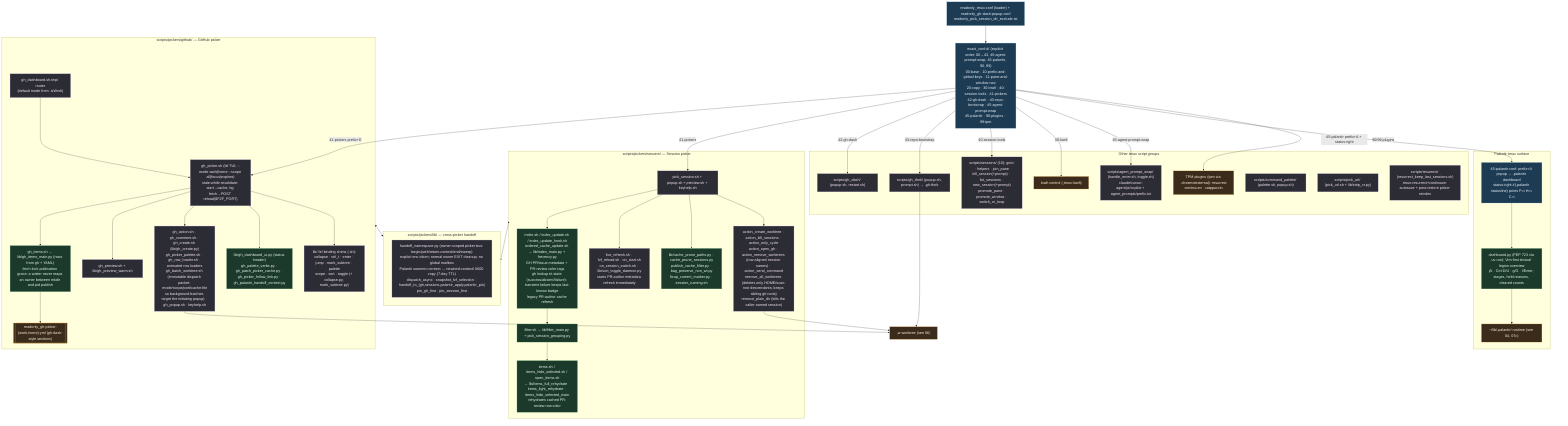
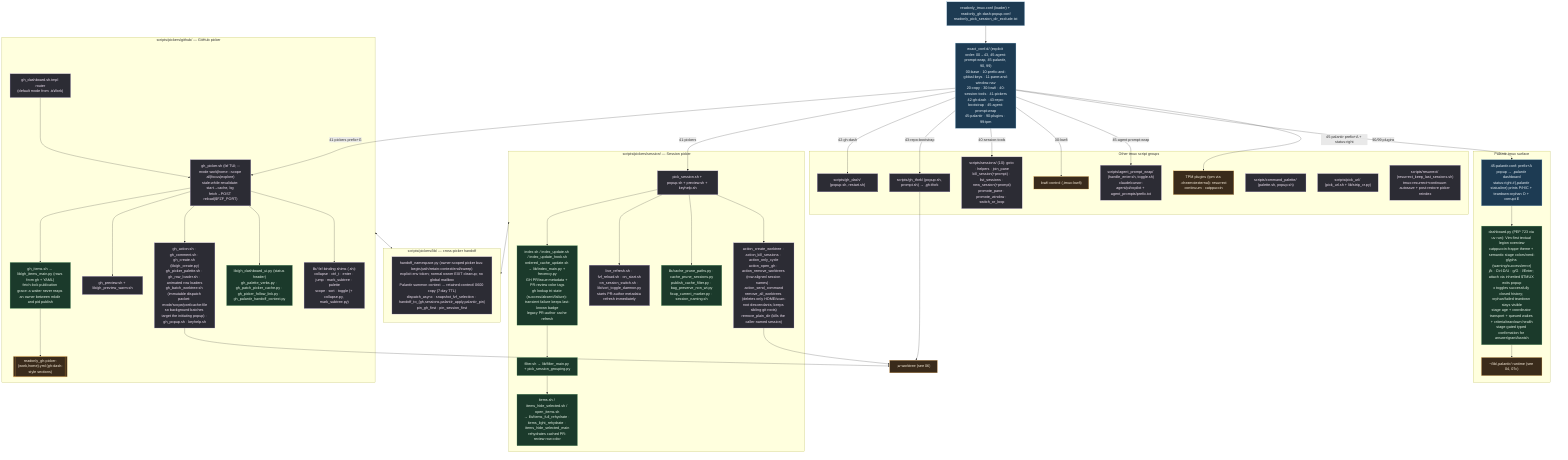
%% ============================================================================
%% 05-tmux-pickers.mmd — Every file under home/dot_config/exact_tmux/ (120).
%% Loader sources files explicitly: 00..43, 45-agent-prompt-wrap, 45-palantir, 90, 99.
%% Deployed to ~/.config/tmux/. Prefix = C-Space.
%% ============================================================================
flowchart TD
    classDef conf fill:#1d3b53,stroke:#7fb3d5,color:#eaf2f8;
    classDef sh fill:#2c2c34,stroke:#b39ddb,color:#f3e5f5;
    classDef py fill:#1b3a2b,stroke:#81c784,color:#e8f5e9;
    classDef data fill:#3a2b1b,stroke:#ffb74d,color:#fff3e0;

    LOADER["readonly_tmux.conf (loader) + readonly_gh-dash-popup.conf<br/>readonly_pick_session_dir_exclude.txt"]:::conf
    LOADER --> CONFD["exact_conf.d/ (explicit order: 00→43, 45-agent-prompt-wrap, 45-palantir, 90, 99)<br/>00-base · 10-prefix-and-global-keys · 11-pane-and-window-nav<br/>20-copy · 30-lowfi · 40-session-tools · 41-pickers<br/>42-gh-dash · 43-repo-bootstrap · 45-agent-prompt-wrap<br/>45-palantir · 90-plugins · 99-tpm"]:::conf

    CONFD -->|41-pickers prefix+G| GHP
    CONFD -->|41-pickers| SESS
    CONFD -->|42-gh-dash| GHDASH
    CONFD -->|43-repo-bootstrap| TFORK
    CONFD -->|40-session-tools| SESSIONS
    CONFD -->|30-lowfi| LOWFI
    CONFD -->|45-agent-prompt-wrap| APW
    CONFD -->|45-palantir prefix+A + status-right| PALTMUX
    CONFD -->|90/99 plugins| PLUGINS

    subgraph GH["scripts/pickers/github/ — GitHub picker"]
        GHROUTER["gh_dashboard.sh.tmpl router<br/>(default mode from .isWork)"]:::sh
        GHP["gh_picker.sh (fzf TUI; --mode work|home --scope all|focus|explore)<br/>stale-while-revalidate: start→cache, bg fetch→POST reload($FZF_PORT)"]:::sh
        GHITEMS["gh_items.sh → lib/gh_items_main.py (rows from gh + YAML)<br/>fetch-lock publication grace: a waiter never reaps an owner between mkdir and pid publish"]:::py
        GHCFG[["readonly_gh-picker-{work,home}.yml (gh-dash-style sections)"]]:::data
        GHPREV["gh_preview.sh + lib/gh_preview_warm.sh"]:::sh
        GHACT["gh_action.sh · gh_comment.sh · gh_create.sh (lib/gh_create.py)<br/>gh_picker_palette.sh · gh_row_loader.sh · animated row loaders<br/>gh_batch_worktree.sh (immutable dispatch packet: mode/scope/port/cache-file<br/>so background batches target the initiating popup) · gh_popup.sh · keyhelp.sh"]:::sh
        GHUI["lib/gh_dashboard_ui.py (status header)<br/>gh_palette_verbs.py · gh_patch_picker_cache.py · gh_picker_follow_link.py · gh_palantir_handoff_context.py"]:::py
        GHBIND["lib/ fzf-binding shims (.sh):<br/>collapse · ctrl_t · enter · jump · mark_subtree · palette<br/>scope · sort · toggle (+ collapse.py, mark_subtree.py)"]:::sh
        GHROUTER --> GHP --> GHITEMS --> GHCFG
        GHP --> GHPREV & GHACT & GHUI & GHBIND
    end

    subgraph SE["scripts/pickers/session/ — Session picker"]
        SESS["pick_session.sh + popup.sh + preview.sh + keyhelp.sh"]:::sh
        SIDX["index.sh / index_update.sh / index_update_hook.sh<br/>ordered_cache_update.sh → lib/index_main.py + frecency.py<br/>GH PR/issue metadata + PR-review color tags<br/>gh lookup tri-state (success/absent/failure): transient failure keeps last-known badge<br/>legacy PR-author cache refresh"]:::py
        SFILT["filter.sh → lib/filter_main.py + pick_session_grouping.py"]:::py
        SITEMS["items.sh / items_hide_selected.sh / open_items.sh<br/>→ lib/items_full_rehydrate · items_light_rehydrate · items_hide_selected_main<br/>rehydrates cached PR-review row color"]:::py
        SLIVE["live_refresh.sh · fzf_reload.sh · on_start.sh<br/>on_session_switch.sh · lib/sort_toggle_daemon.py<br/>starts PR-author metadata refresh immediately"]:::sh
        SCACHE["lib/cache_prune_paths.py · cache_prune_sessions.py<br/>publish_cache_filter.py · bag_preserve_non_wt.py<br/>fixup_current_marker.py · session_naming.sh"]:::py
        SACT["action_create_worktree · action_kill_sessions · action_only_cycle<br/>action_open_gh · action_remove_worktrees (row-aligned session names) · action_send_command<br/>remove_all_worktrees (deletes only HOME/scan-root descendants; keeps sibling git roots)<br/>remove_plain_dir (kills the caller-named session)"]:::sh
        SESS --> SIDX --> SFILT --> SITEMS
        SESS --> SLIVE & SCACHE & SACT
    end

    subgraph PLIB["scripts/pickers/lib/ — cross-picker handoff"]
        HO["handoff_namespace.py (owner-scoped picker bus: begin/path/retain-context/end/sweep)<br/>explicit env token; normal owner EXIT cleanup; no global mailbox<br/>Palantir summon context → retained-context/ 0600 copy (7-day TTL)<br/>dispatch_async · snapshot_fzf_selection · handoff_to_{gh,sessions,palantir_apply,palantir_pin}<br/>pin_gh_first · pin_session_first"]:::sh
    end
    GH <--> PLIB
    SE <--> PLIB

    subgraph OTHER["Other tmux script groups"]
        SESSIONS["scripts/sessions/ (10): goto · helpers · join_pane<br/>kill_session(+prompt) · list_sessions · new_session(+prompt)<br/>promote_pane · promote_window · switch_or_loop"]:::sh
        GHDASH["scripts/gh_dash/ (popup.sh, restart.sh)"]:::sh
        TFORK["scripts/gh_tfork/ (popup.sh, prompt.sh) → ,gh-tfork"]:::sh
        CMDP["scripts/command_palette/ (palette.sh, popup.sh)"]:::sh
        PURL["scripts/pick_url/ (pick_url.sh + lib/strip_cr.py)"]:::sh
        APW["scripts/agent_prompt_wrap/ (handle_enter.sh, toggle.sh)<br/>claude/cursor-agent/pi/copilot + agent_prompts/prefix.txt"]:::sh
        RESUR["scripts/resurrect/ (resurrect_keep_last_sessions.sh)<br/>tmux-resurrect+continuum autosave + post-restore picker reindex"]:::sh
        LOWFI["lowfi control (,tmux-lowfi)"]:::data
        PLUGINS["TPM plugins (tpm via .chezmoiexternal): resurrect<br/>continuum · catppuccin"]:::data
    end
    SACT --> WLINK[",w worktree (see 06)"]:::data
    GHACT --> WLINK
    TFORK --> WLINK

    subgraph PAL["Palantir tmux surface"]
-         PALTMUX["45-palantir.conf: prefix+A popup → ,palantir dashboard<br/>status-right #(,palantir statusline) prints P:n H:n C:n"]:::conf
-         PALDASH["dashboard.py (PEP 723 via uv run): Vim-first textual legion overview<br/>j/k · Ctrl-D/U · g/G · l/Enter; stages, held reasons, cleared counts"]:::py
+         PALTMUX["45-palantir.conf: prefix+A popup → ,palantir dashboard<br/>status-right #(,palantir statusline) prints P/H/C + teardown-orphan O + corrupt E"]:::conf
+         PALDASH["dashboard.py (PEP 723 via uv run): Vim-first textual legion overview<br/>catppuccin-frappe theme + semantic stage colors/nerd-glyphs (warning/success/error)<br/>j/k · Ctrl-D/U · g/G · l/Enter; attach via inherited $TMUX exits popup<br/>x toggles successfully closed history; orphan/failed teardown stays visible<br/>stage age + coordinator transport + queued wakes + criteria/teardown health<br/>stage-gated typed confirmation for answer/grant/banish"]:::py
        PALTMUX --> PALDASH
        PALDASH --> PALLIB["~/lib/,palantir/ runtime (see 04, 07c)"]:::data
    end
